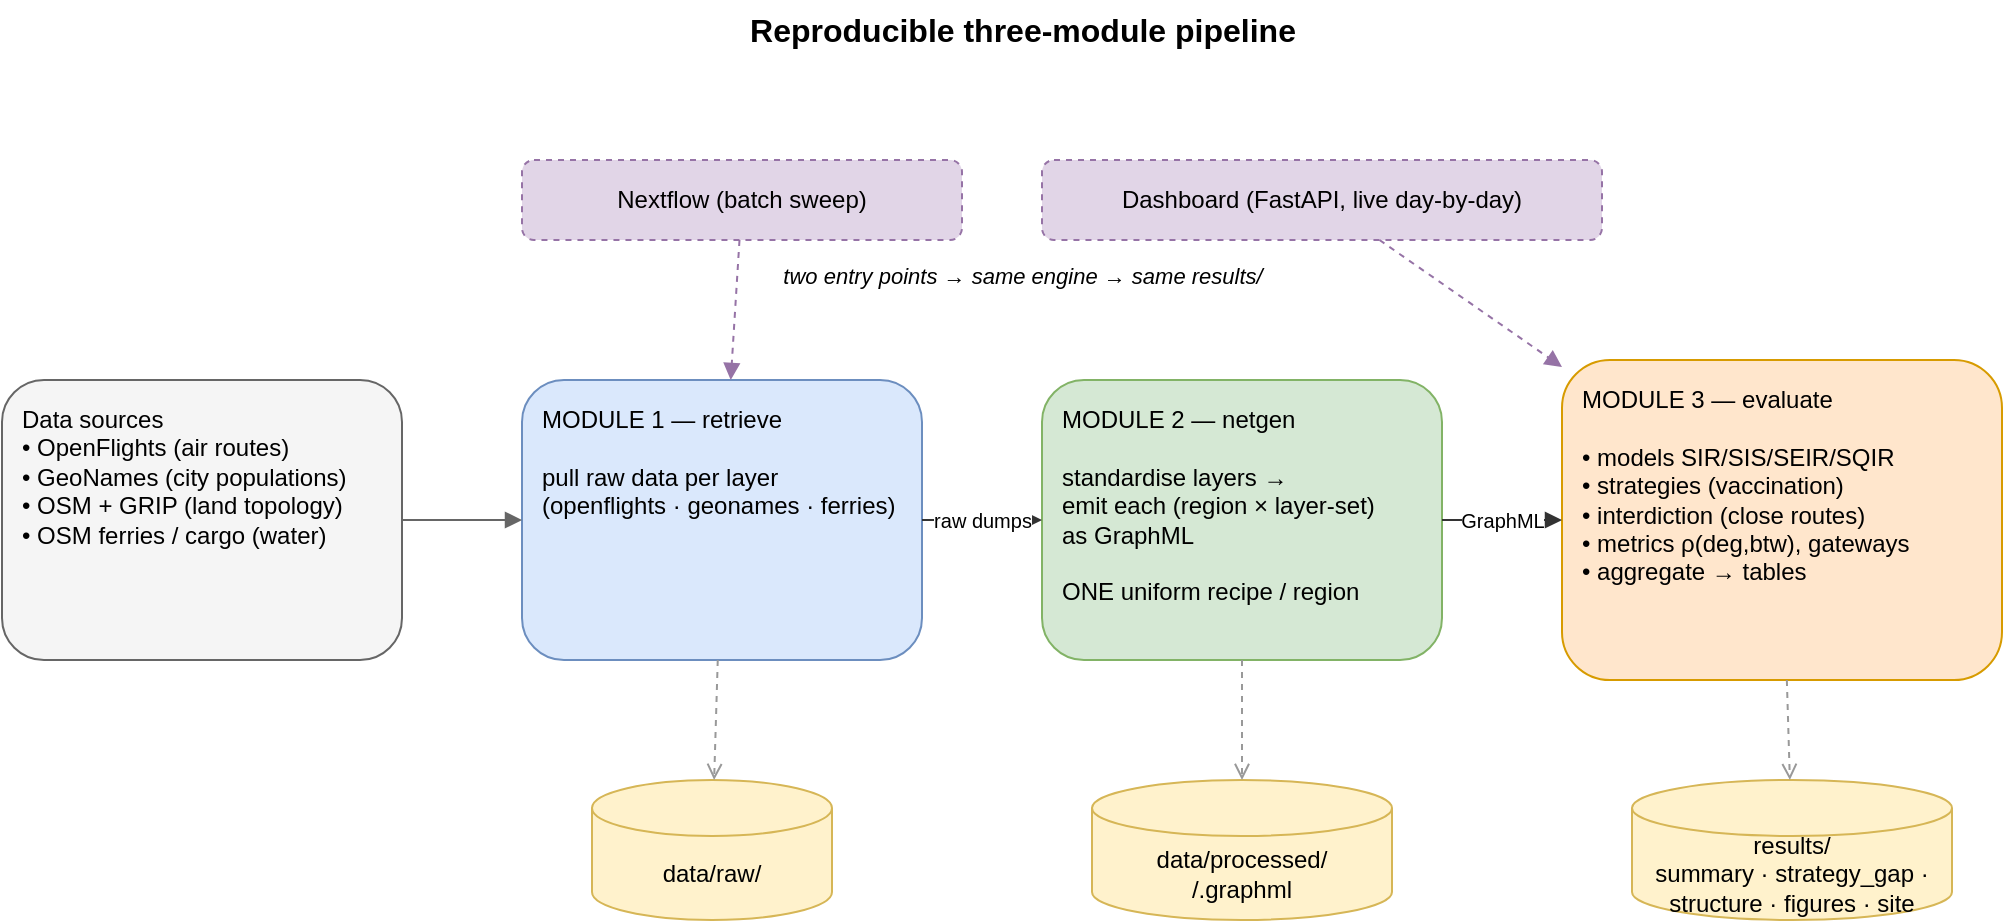
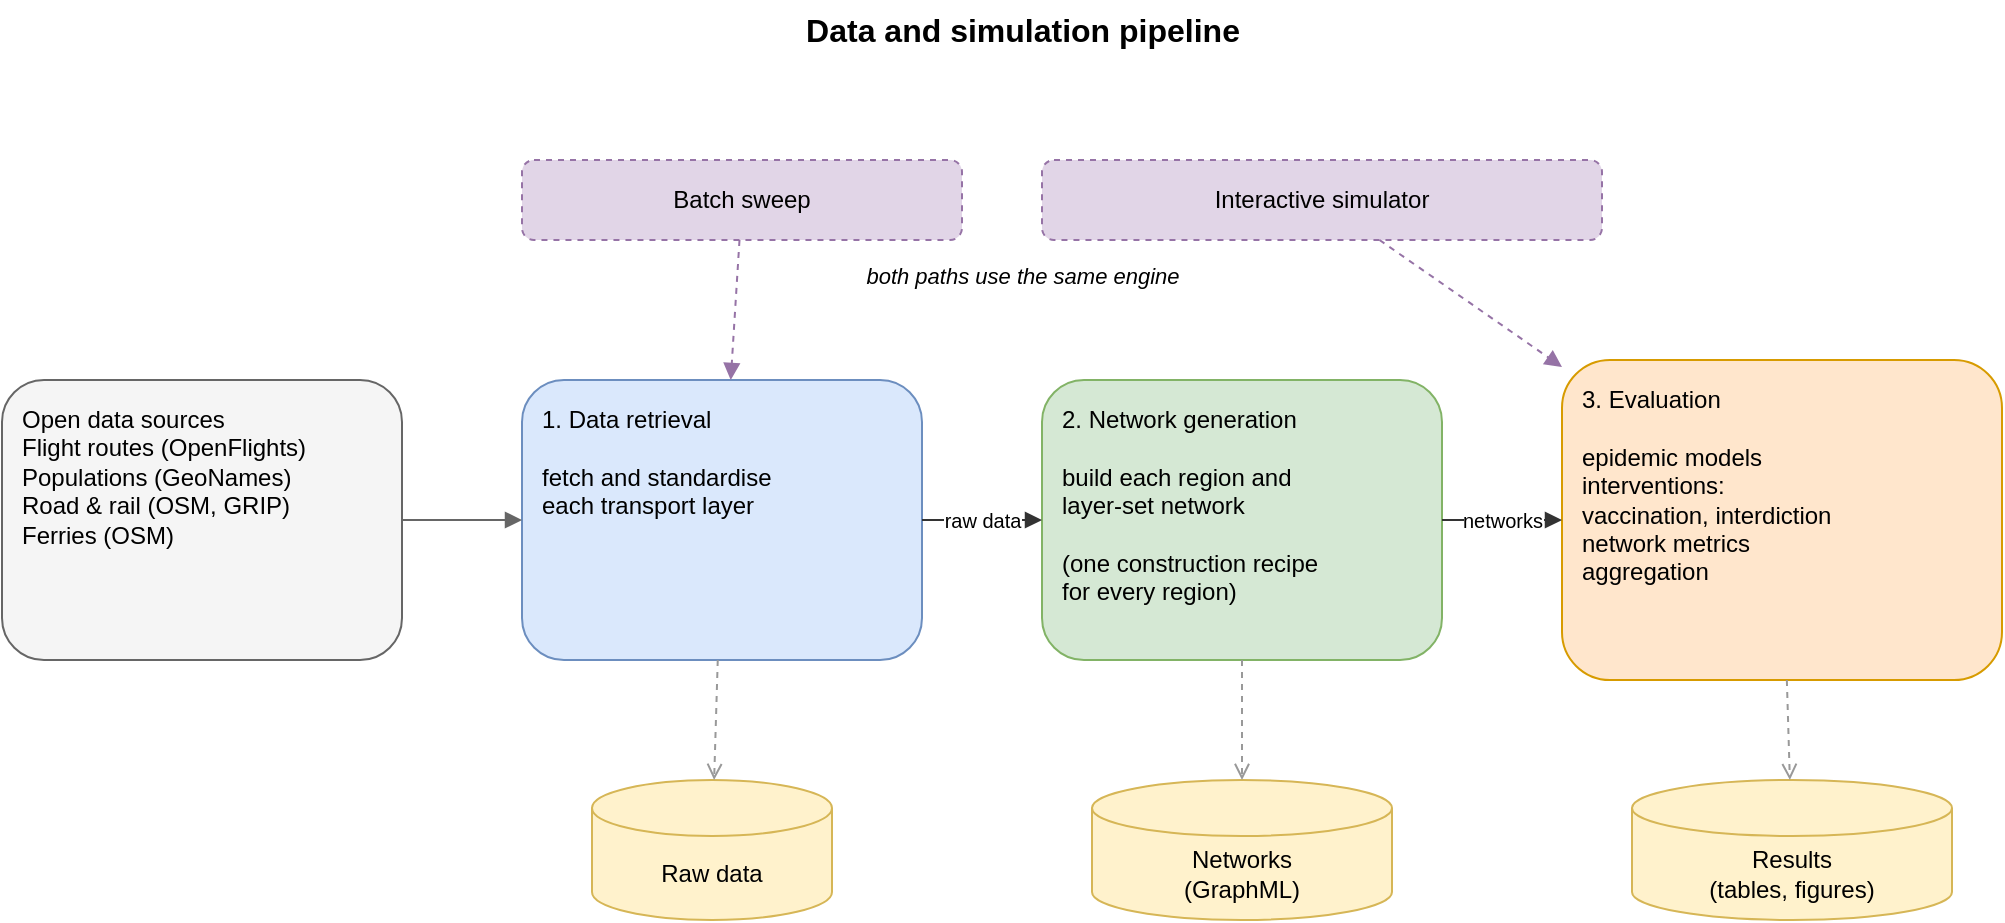
<mxfile host="app.diagrams.net" type="device">
-   <diagram id="F1pipeline" name="F1 — Pipeline overview">
+   <diagram id="F1pipeline" name="F1 Pipeline overview">
    <mxGraphModel dx="1100" dy="700" grid="1" gridSize="10" guides="1" tooltips="1" connect="1" arrows="1" fold="1" page="1" pageScale="1" pageWidth="1100" pageHeight="600" math="0" shadow="0">
      <root>
        <mxCell id="0" />
        <mxCell id="1" parent="0" />

-         <mxCell id="title" value="Reproducible three-module pipeline" style="text;html=1;fontSize=16;fontStyle=1;align=center;verticalAlign=middle;" vertex="1" parent="1">
+         <mxCell id="title" value="Data and simulation pipeline" style="text;html=1;fontSize=16;fontStyle=1;align=center;verticalAlign=middle;" vertex="1" parent="1">
          <mxGeometry x="360" y="10" width="380" height="30" as="geometry" />
        </mxCell>

        <!-- Data sources -->
-         <mxCell id="src" value="Data sources&#10;• OpenFlights (air routes)&#10;• GeoNames (city populations)&#10;• OSM + GRIP (land topology)&#10;• OSM ferries / cargo (water)" style="rounded=1;whiteSpace=wrap;html=1;align=left;verticalAlign=top;spacingLeft=8;spacingTop=6;fillColor=#f5f5f5;strokeColor=#666666;" vertex="1" parent="1">
+         <mxCell id="src" value="Open data sources&#10;Flight routes (OpenFlights)&#10;Populations (GeoNames)&#10;Road &amp; rail (OSM, GRIP)&#10;Ferries (OSM)" style="rounded=1;whiteSpace=wrap;html=1;align=left;verticalAlign=top;spacingLeft=8;spacingTop=6;fillColor=#f5f5f5;strokeColor=#666666;" vertex="1" parent="1">
          <mxGeometry x="40" y="200" width="200" height="140" as="geometry" />
        </mxCell>

        <!-- Module 1 -->
-         <mxCell id="m1" value="MODULE 1 — retrieve&#10;&#10;pull raw data per layer&#10;(openflights · geonames · ferries)" style="rounded=1;whiteSpace=wrap;html=1;align=left;verticalAlign=top;spacingLeft=8;spacingTop=6;fillColor=#dae8fc;strokeColor=#6c8ebf;" vertex="1" parent="1">
+         <mxCell id="m1" value="1. Data retrieval&#10;&#10;fetch and standardise&#10;each transport layer" style="rounded=1;whiteSpace=wrap;html=1;align=left;verticalAlign=top;spacingLeft=8;spacingTop=6;fillColor=#dae8fc;strokeColor=#6c8ebf;" vertex="1" parent="1">
          <mxGeometry x="300" y="200" width="200" height="140" as="geometry" />
        </mxCell>

        <!-- Module 2 -->
-         <mxCell id="m2" value="MODULE 2 — netgen&#10;&#10;standardise layers →&#10;emit each (region × layer-set)&#10;as GraphML&#10;&#10;ONE uniform recipe / region" style="rounded=1;whiteSpace=wrap;html=1;align=left;verticalAlign=top;spacingLeft=8;spacingTop=6;fillColor=#d5e8d4;strokeColor=#82b366;" vertex="1" parent="1">
+         <mxCell id="m2" value="2. Network generation&#10;&#10;build each region and&#10;layer-set network&#10;&#10;(one construction recipe&#10;for every region)" style="rounded=1;whiteSpace=wrap;html=1;align=left;verticalAlign=top;spacingLeft=8;spacingTop=6;fillColor=#d5e8d4;strokeColor=#82b366;" vertex="1" parent="1">
          <mxGeometry x="560" y="200" width="200" height="140" as="geometry" />
        </mxCell>

        <!-- Module 3 -->
-         <mxCell id="m3" value="MODULE 3 — evaluate&#10;&#10;• models  SIR/SIS/SEIR/SQIR&#10;• strategies (vaccination)&#10;• interdiction  (close routes)&#10;• metrics  ρ(deg,btw), gateways&#10;• aggregate → tables" style="rounded=1;whiteSpace=wrap;html=1;align=left;verticalAlign=top;spacingLeft=8;spacingTop=6;fillColor=#ffe6cc;strokeColor=#d79b00;" vertex="1" parent="1">
+         <mxCell id="m3" value="3. Evaluation&#10;&#10;epidemic models&#10;interventions:&#10;  vaccination, interdiction&#10;network metrics&#10;aggregation" style="rounded=1;whiteSpace=wrap;html=1;align=left;verticalAlign=top;spacingLeft=8;spacingTop=6;fillColor=#ffe6cc;strokeColor=#d79b00;" vertex="1" parent="1">
          <mxGeometry x="820" y="190" width="220" height="160" as="geometry" />
        </mxCell>

        <!-- Artifact stores -->
-         <mxCell id="raw" value="data/raw/" style="shape=cylinder3;whiteSpace=wrap;html=1;boundedLbl=1;backgroundOutline=1;size=14;fillColor=#fff2cc;strokeColor=#d6b656;" vertex="1" parent="1">
+         <mxCell id="raw" value="Raw data" style="shape=cylinder3;whiteSpace=wrap;html=1;boundedLbl=1;backgroundOutline=1;size=14;fillColor=#fff2cc;strokeColor=#d6b656;" vertex="1" parent="1">
          <mxGeometry x="335" y="400" width="120" height="70" as="geometry" />
        </mxCell>
-         <mxCell id="proc" value="data/processed/&#10;&lt;region&gt;/&lt;combo&gt;.graphml" style="shape=cylinder3;whiteSpace=wrap;html=1;boundedLbl=1;backgroundOutline=1;size=14;fillColor=#fff2cc;strokeColor=#d6b656;" vertex="1" parent="1">
+         <mxCell id="proc" value="Networks&#10;(GraphML)" style="shape=cylinder3;whiteSpace=wrap;html=1;boundedLbl=1;backgroundOutline=1;size=14;fillColor=#fff2cc;strokeColor=#d6b656;" vertex="1" parent="1">
          <mxGeometry x="585" y="400" width="150" height="70" as="geometry" />
        </mxCell>
-         <mxCell id="res" value="results/&#10;summary · strategy_gap ·&#10;structure · figures · site" style="shape=cylinder3;whiteSpace=wrap;html=1;boundedLbl=1;backgroundOutline=1;size=14;fillColor=#fff2cc;strokeColor=#d6b656;" vertex="1" parent="1">
+         <mxCell id="res" value="Results&#10;(tables, figures)" style="shape=cylinder3;whiteSpace=wrap;html=1;boundedLbl=1;backgroundOutline=1;size=14;fillColor=#fff2cc;strokeColor=#d6b656;" vertex="1" parent="1">
          <mxGeometry x="855" y="400" width="160" height="70" as="geometry" />
        </mxCell>

        <!-- Entry points -->
-         <mxCell id="nf" value="Nextflow (batch sweep)" style="rounded=1;whiteSpace=wrap;html=1;dashed=1;fillColor=#e1d5e7;strokeColor=#9673a6;" vertex="1" parent="1">
+         <mxCell id="nf" value="Batch sweep" style="rounded=1;whiteSpace=wrap;html=1;dashed=1;fillColor=#e1d5e7;strokeColor=#9673a6;" vertex="1" parent="1">
          <mxGeometry x="300" y="90" width="220" height="40" as="geometry" />
        </mxCell>
-         <mxCell id="dash" value="Dashboard (FastAPI, live day-by-day)" style="rounded=1;whiteSpace=wrap;html=1;dashed=1;fillColor=#e1d5e7;strokeColor=#9673a6;" vertex="1" parent="1">
+         <mxCell id="dash" value="Interactive simulator" style="rounded=1;whiteSpace=wrap;html=1;dashed=1;fillColor=#e1d5e7;strokeColor=#9673a6;" vertex="1" parent="1">
          <mxGeometry x="560" y="90" width="280" height="40" as="geometry" />
        </mxCell>
-         <mxCell id="entrynote" value="two entry points → same engine → same results/" style="text;html=1;fontSize=11;fontStyle=2;align=center;" vertex="1" parent="1">
+         <mxCell id="entrynote" value="both paths use the same engine" style="text;html=1;fontSize=11;fontStyle=2;align=center;" vertex="1" parent="1">
          <mxGeometry x="350" y="135" width="400" height="20" as="geometry" />
        </mxCell>

        <!-- Flow edges -->
        <mxCell id="e0" style="endArrow=block;html=1;strokeColor=#666666;" edge="1" parent="1" source="src" target="m1">
          <mxGeometry relative="1" as="geometry" />
        </mxCell>
-         <mxCell id="e1" value="raw dumps" style="endArrow=block;html=1;strokeColor=#333333;fontSize=10;" edge="1" parent="1" source="m1" target="m2">
+         <mxCell id="e1" value="raw data" style="endArrow=block;html=1;strokeColor=#333333;fontSize=10;" edge="1" parent="1" source="m1" target="m2">
          <mxGeometry relative="1" as="geometry" />
        </mxCell>
-         <mxCell id="e2" value="GraphML" style="endArrow=block;html=1;strokeColor=#333333;fontSize=10;" edge="1" parent="1" source="m2" target="m3">
+         <mxCell id="e2" value="networks" style="endArrow=block;html=1;strokeColor=#333333;fontSize=10;" edge="1" parent="1" source="m2" target="m3">
          <mxGeometry relative="1" as="geometry" />
        </mxCell>
        <mxCell id="e3" style="endArrow=open;html=1;dashed=1;strokeColor=#999999;" edge="1" parent="1" source="m1" target="raw">
          <mxGeometry relative="1" as="geometry" />
        </mxCell>
        <mxCell id="e4" style="endArrow=open;html=1;dashed=1;strokeColor=#999999;" edge="1" parent="1" source="m2" target="proc">
          <mxGeometry relative="1" as="geometry" />
        </mxCell>
        <mxCell id="e5" style="endArrow=open;html=1;dashed=1;strokeColor=#999999;" edge="1" parent="1" source="m3" target="res">
          <mxGeometry relative="1" as="geometry" />
        </mxCell>
        <mxCell id="e6" style="endArrow=block;html=1;dashed=1;strokeColor=#9673a6;" edge="1" parent="1" source="nf" target="m1">
          <mxGeometry relative="1" as="geometry" />
        </mxCell>
        <mxCell id="e7" style="endArrow=block;html=1;dashed=1;strokeColor=#9673a6;" edge="1" parent="1" source="dash" target="m3">
          <mxGeometry relative="1" as="geometry" />
        </mxCell>
      </root>
    </mxGraphModel>
  </diagram>
</mxfile>
